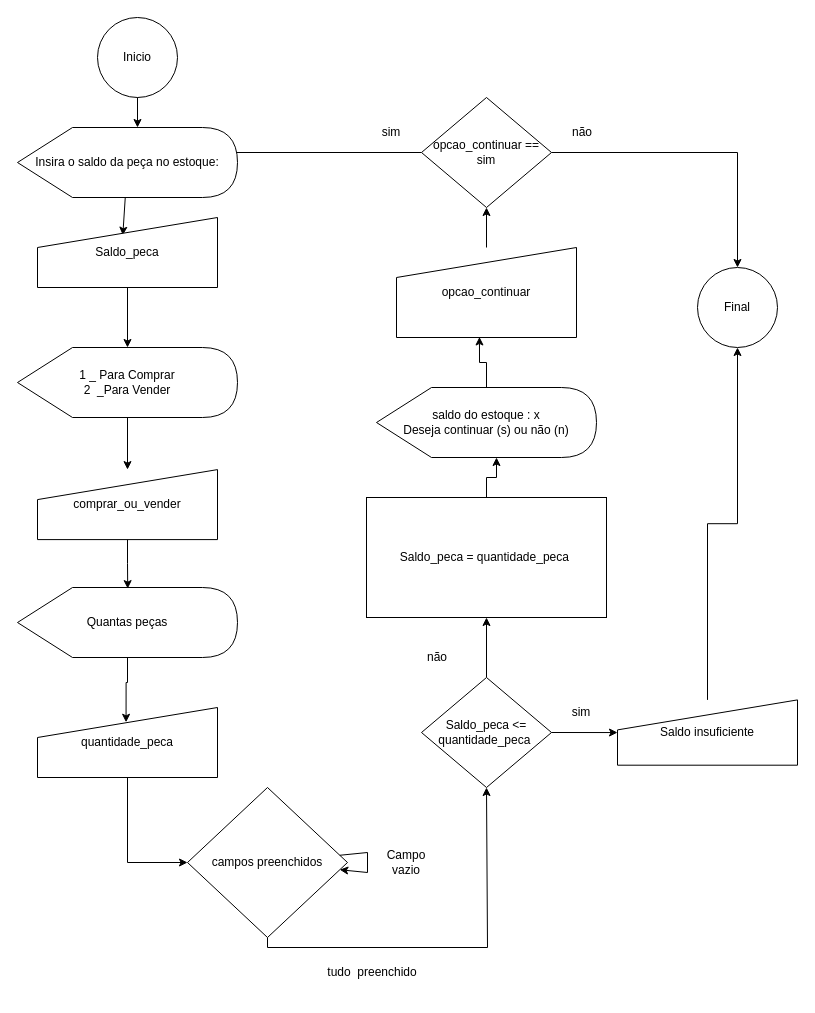
Earlier version of the draw.io diagram Diagrama do projeto.drawio (Wsanbey/Logica_de_programacao_do_senae). Source tidied: cells renumbered, new cells numbered last; positions are measured from the earlier drawing's top-left corner, leaving out a move shared by most shapes. Both pictures are drawn from the tidied source at 100%, with x=0, y=0 at pixel (17, 17).
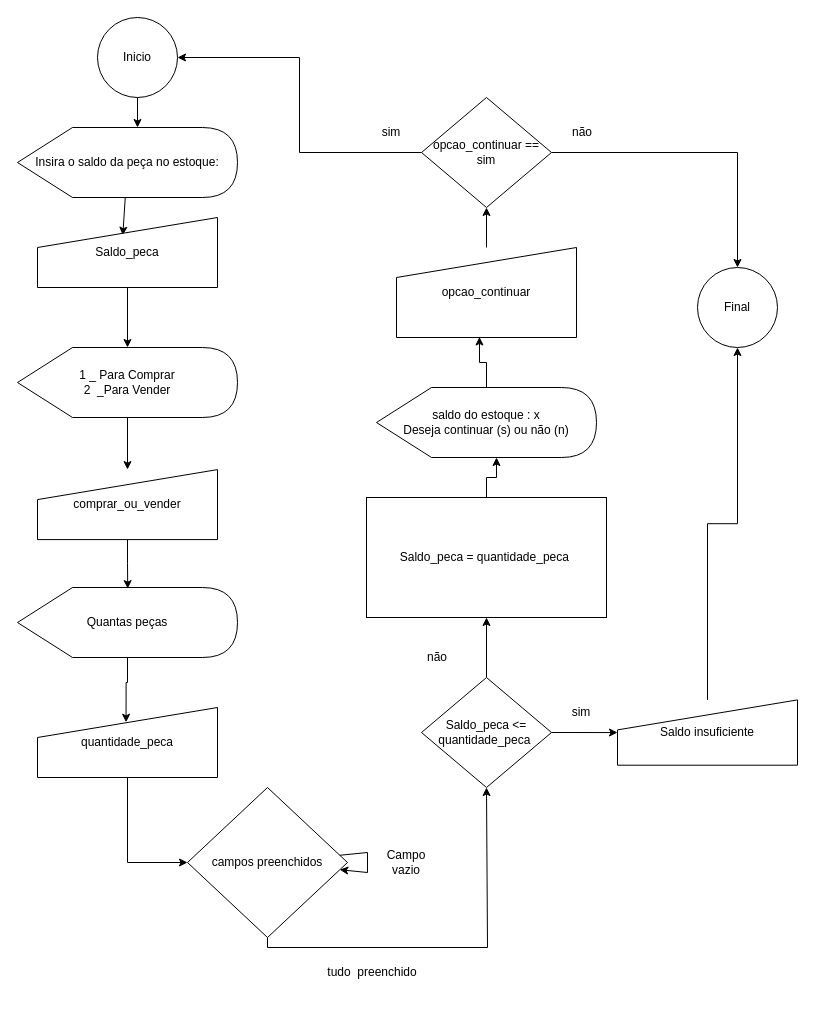
After the change.

Commit message:
religando pontos para reiniciar

Unchanged cells that the change refers to:
```xml
<mxCell id="2" value="Inicio" style="ellipse;whiteSpace=wrap;html=1;" parent="1" vertex="1">
  <mxGeometry x="80" width="80" height="80" as="geometry" />
</mxCell>
<mxCell id="22" value="opcao_continuar == sim" style="rhombus;whiteSpace=wrap;html=1;" parent="1" vertex="1">
  <mxGeometry x="404" y="80" width="130" height="110" as="geometry" />
</mxCell>
```

Change to the diagram source:
```diff
@@
-    <mxCell id="20" style="edgeStyle=orthogonalEdgeStyle;rounded=0;jettySize=auto;html=1;" parent="1" edge="1" source="22">
-      <mxGeometry relative="1" as="geometry">
-        <mxPoint x="200" y="135" as="targetPoint" />
-      </mxGeometry>
+    <mxCell id="20" style="edgeStyle=orthogonalEdgeStyle;rounded=0;jettySize=auto;html=1;" parent="1" edge="1" source="22" target="2">
+      <mxGeometry relative="1" as="geometry" />
     </mxCell>
```
